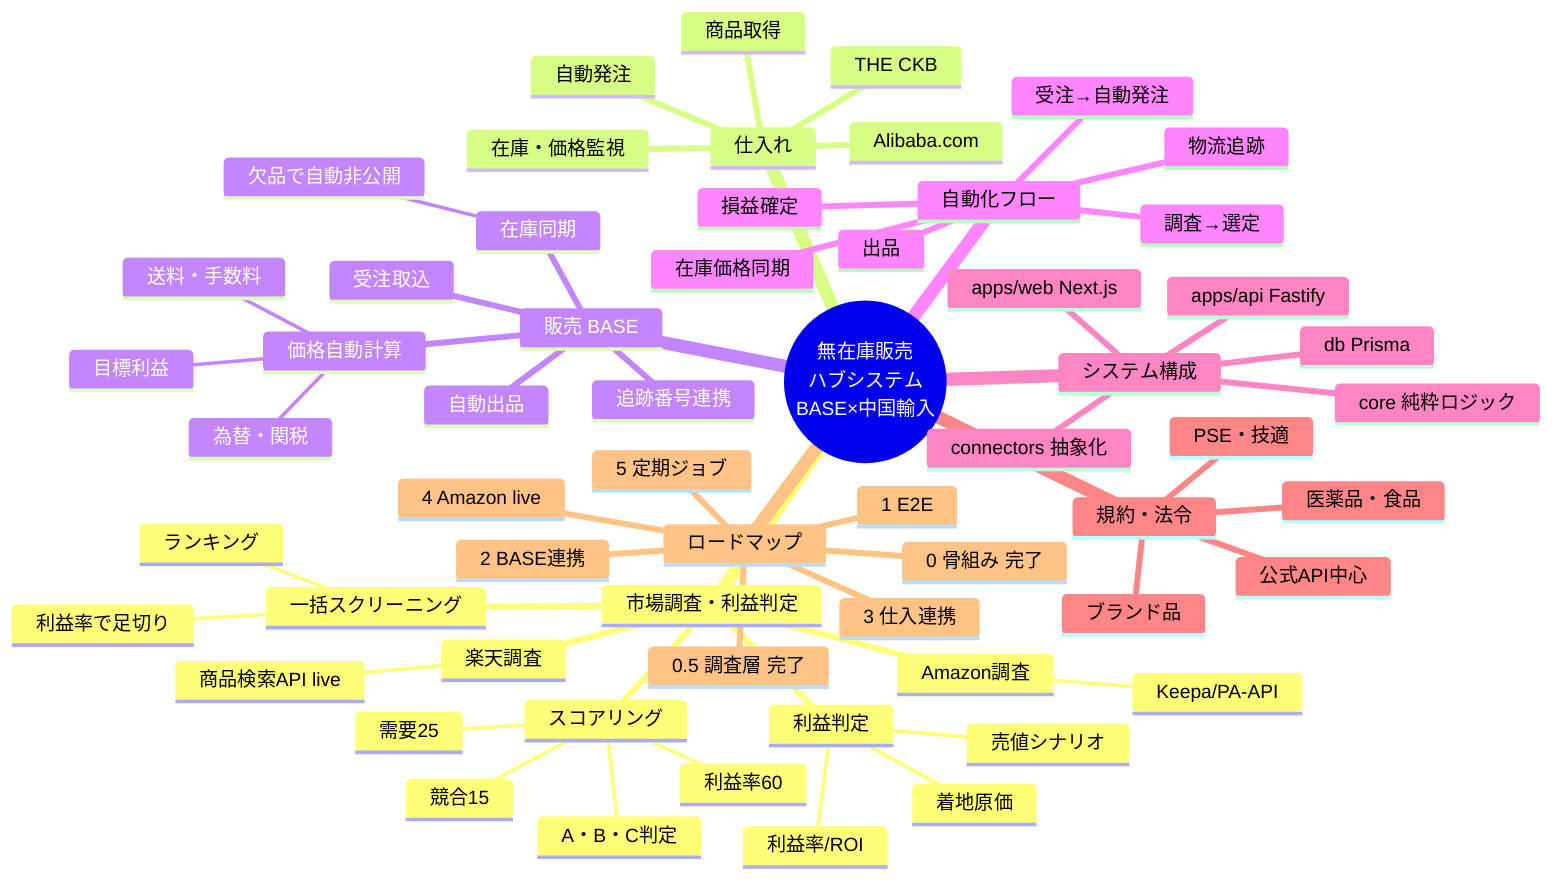
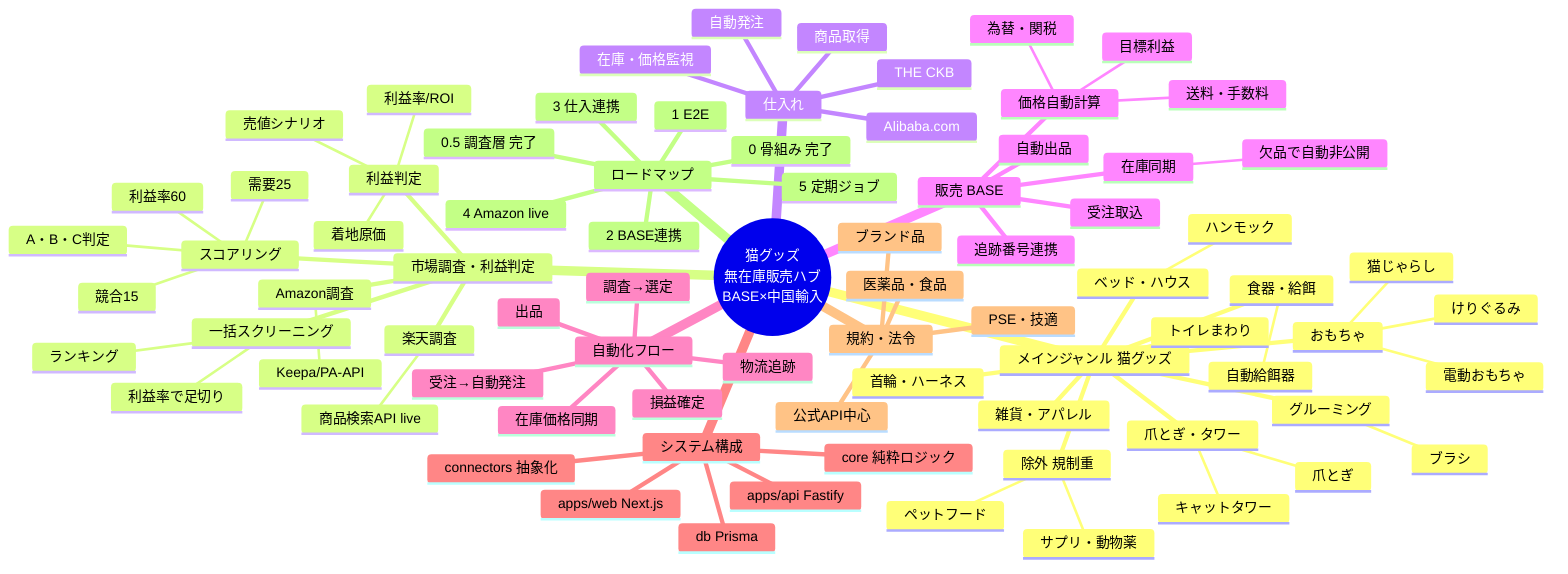
mindmap
-   root((無在庫販売<br/>ハブシステム<br/>BASE×中国輸入))
+   root((猫グッズ<br/>無在庫販売ハブ<br/>BASE×中国輸入))
+     メインジャンル 猫グッズ
+       おもちゃ
+         猫じゃらし
+         けりぐるみ
+         電動おもちゃ
+       爪とぎ・タワー
+         キャットタワー
+         爪とぎ
+       ベッド・ハウス
+         ハンモック
+       首輪・ハーネス
+       トイレまわり
+       食器・給餌
+         自動給餌器
+       グルーミング
+         ブラシ
+       雑貨・アパレル
+       除外 規制重
+         ペットフード
+         サプリ・動物薬
    市場調査・利益判定
      Amazon調査
        Keepa/PA-API
      楽天調査
        商品検索API live
      利益判定
        着地原価
        利益率/ROI
        売値シナリオ
      スコアリング
        利益率60
        需要25
        競合15
        A・B・C判定
      一括スクリーニング
        利益率で足切り
        ランキング
    仕入れ
      Alibaba.com
      THE CKB
      商品取得
      在庫・価格監視
      自動発注
    販売 BASE
      自動出品
      価格自動計算
        為替・関税
        送料・手数料
        目標利益
      在庫同期
        欠品で自動非公開
      受注取込
      追跡番号連携
    自動化フロー
      調査→選定
      出品
      在庫価格同期
      受注→自動発注
      物流追跡
      損益確定
    システム構成
      apps/api Fastify
      apps/web Next.js
      core 純粋ロジック
      connectors 抽象化
      db Prisma
    規約・法令
      ブランド品
      PSE・技適
      医薬品・食品
      公式API中心
    ロードマップ
      0 骨組み 完了
      0.5 調査層 完了
      1 E2E
      2 BASE連携
      3 仕入連携
      4 Amazon live
      5 定期ジョブ
